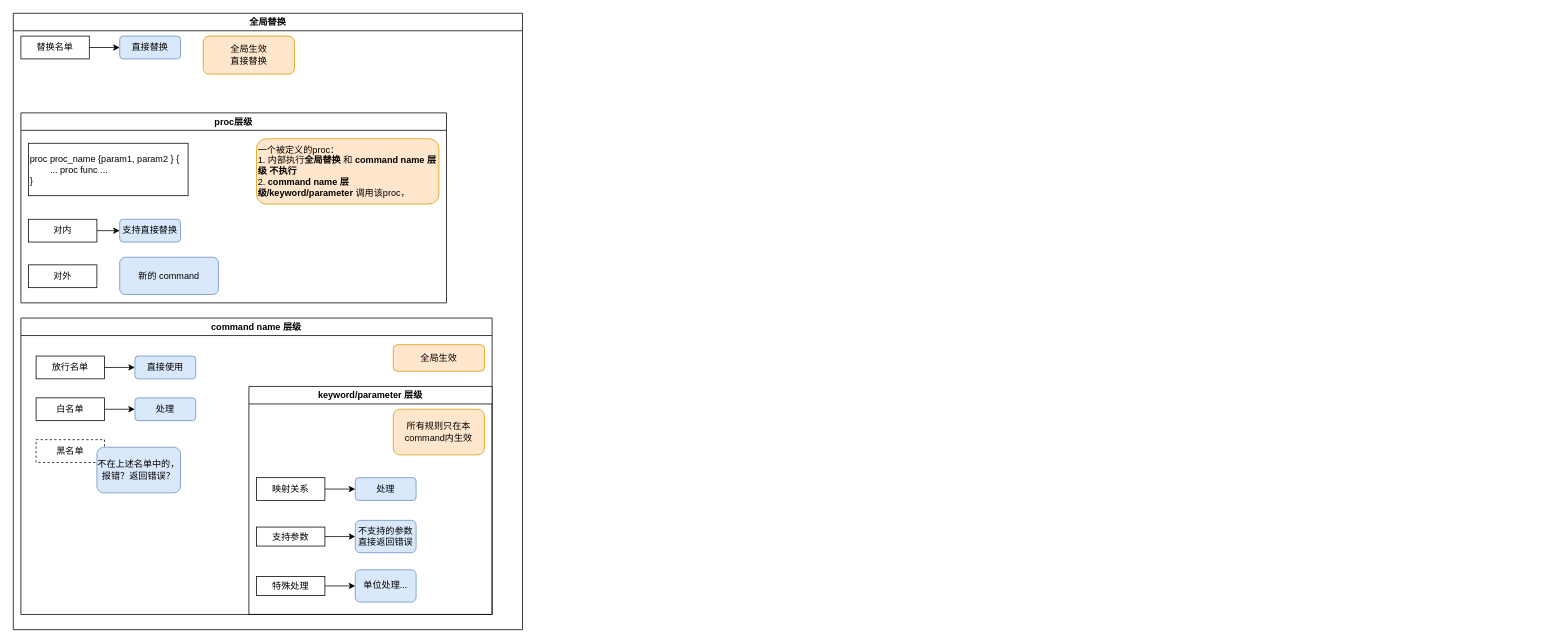
Earlier version of the draw.io diagram convert_gt_tcl.drawio (FicmillaR/drawio). Source tidied: cells renumbered, new cells numbered last; positions are measured from the earlier drawing's top-left corner, leaving out a move shared by most shapes. Both pictures are drawn from the tidied source at 76%, with x=0, y=0 at pixel (13, 13).
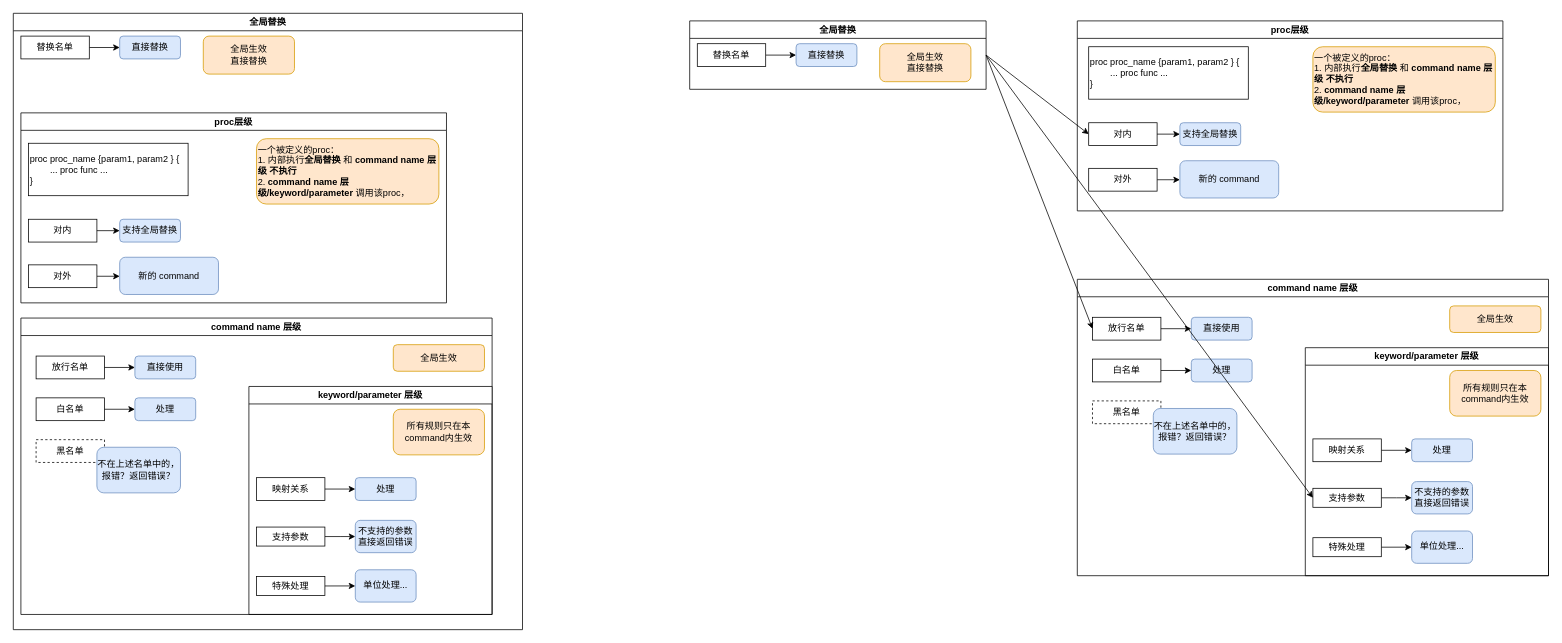
After the change.

The change refers to these unchanged cells:
```xml
<mxCell id="26" value="全局替换" style="swimlane;whiteSpace=wrap;html=1;" parent="1" vertex="1">
  <mxGeometry width="670" height="811" as="geometry" />
</mxCell>
<mxCell id="33" value="对外" style="rounded=0;whiteSpace=wrap;html=1;" parent="26" vertex="1">
  <mxGeometry x="20" y="331" width="90" height="30" as="geometry" />
</mxCell>
<mxCell id="36" value="新的 command" style="rounded=1;whiteSpace=wrap;html=1;fillColor=#dae8fc;strokeColor=#6c8ebf;" parent="26" vertex="1">
  <mxGeometry x="140" y="321" width="130" height="49" as="geometry" />
</mxCell>
```

What changed in the source:
```diff
@@
-    <mxCell id="32" value="支持直接替换" style="rounded=1;whiteSpace=wrap;html=1;fillColor=#dae8fc;strokeColor=#6c8ebf;" parent="26" vertex="1">
+    <mxCell id="32" value="支持全局替换" style="rounded=1;whiteSpace=wrap;html=1;fillColor=#dae8fc;strokeColor=#6c8ebf;" parent="26" vertex="1">
       <mxGeometry x="140" y="271" width="80" height="30" as="geometry" />
     </mxCell>
+    <mxCell id="37" style="edgeStyle=orthogonalEdgeStyle;rounded=0;jettySize=auto;html=1;exitX=1;exitY=0.5;exitDx=0;exitDy=0;entryX=0;entryY=0.5;entryDx=0;entryDy=0;" parent="26" edge="1" source="33" target="36">
+      <mxGeometry relative="1" as="geometry" />
+    </mxCell>
@@
+    <mxCell id="38" value="command name 层级" style="swimlane;whiteSpace=wrap;html=1;" parent="1" vertex="1">
+      <mxGeometry x="1400" y="350" width="620" height="390" as="geometry" />
+    </mxCell>
+    <mxCell id="39" value="放行名单" style="rounded=0;whiteSpace=wrap;html=1;" parent="38" vertex="1">
+      <mxGeometry x="20" y="50" width="90" height="30" as="geometry" />
+    </mxCell>
+    <mxCell id="40" style="edgeStyle=orthogonalEdgeStyle;rounded=0;orthogonalLoop=1;jettySize=auto;html=1;entryX=0;entryY=0.5;entryDx=0;entryDy=0;" parent="38" edge="1">
+      <mxGeometry relative="1" as="geometry">
+        <mxPoint x="180" y="160" as="targetPoint" />
+      </mxGeometry>
+    </mxCell>
+    <mxCell id="41" value="直接使用" style="rounded=1;whiteSpace=wrap;html=1;fillColor=#dae8fc;strokeColor=#6c8ebf;" parent="38" vertex="1">
+      <mxGeometry x="150" y="50" width="80" height="30" as="geometry" />
+    </mxCell>
+    <mxCell id="42" style="edgeStyle=orthogonalEdgeStyle;rounded=0;jettySize=auto;html=1;" parent="38" edge="1" source="39" target="41">
+      <mxGeometry relative="1" as="geometry" />
+    </mxCell>
+    <mxCell id="43" value="keyword/parameter 层级" style="swimlane;whiteSpace=wrap;html=1;" parent="38" vertex="1">
+      <mxGeometry x="300" y="90" width="320" height="300" as="geometry" />
+    </mxCell>
+    <mxCell id="44" style="edgeStyle=orthogonalEdgeStyle;rounded=0;jettySize=auto;html=1;exitX=1;exitY=0.5;exitDx=0;exitDy=0;" parent="43" edge="1" source="45" target="46">
+      <mxGeometry relative="1" as="geometry" />
+    </mxCell>
+    <mxCell id="45" value="映射关系" style="rounded=0;whiteSpace=wrap;html=1;" parent="43" vertex="1">
+      <mxGeometry x="10" y="120" width="90" height="30" as="geometry" />
+    </mxCell>
+    <mxCell id="46" value="处理" style="rounded=1;whiteSpace=wrap;html=1;fillColor=#dae8fc;strokeColor=#6c8ebf;" parent="43" vertex="1">
+      <mxGeometry x="140" y="120" width="80" height="30" as="geometry" />
+    </mxCell>
+    <mxCell id="47" style="edgeStyle=orthogonalEdgeStyle;rounded=0;jettySize=auto;html=1;" parent="43" edge="1" source="48">
+      <mxGeometry relative="1" as="geometry">
+        <mxPoint x="140" y="197.5" as="targetPoint" />
+      </mxGeometry>
+    </mxCell>
+    <mxCell id="48" value="支持参数" style="rounded=0;whiteSpace=wrap;html=1;" parent="43" vertex="1">
+      <mxGeometry x="10" y="185" width="90" height="25" as="geometry" />
+    </mxCell>
+    <mxCell id="49" value="不支持的参数直接返回错误" style="rounded=1;whiteSpace=wrap;html=1;fillColor=#dae8fc;strokeColor=#6c8ebf;" parent="43" vertex="1">
+      <mxGeometry x="140" y="176.2" width="80" height="42.5" as="geometry" />
+    </mxCell>
+    <mxCell id="50" style="edgeStyle=orthogonalEdgeStyle;rounded=0;jettySize=auto;html=1;exitX=1;exitY=0.5;exitDx=0;exitDy=0;entryX=0;entryY=0.5;entryDx=0;entryDy=0;" parent="43" edge="1" source="51" target="52">
+      <mxGeometry relative="1" as="geometry" />
+    </mxCell>
+    <mxCell id="51" value="特殊处理" style="rounded=0;whiteSpace=wrap;html=1;" parent="43" vertex="1">
+      <mxGeometry x="10" y="250" width="90" height="25" as="geometry" />
+    </mxCell>
+    <mxCell id="52" value="单位处理..." style="rounded=1;whiteSpace=wrap;html=1;fillColor=#dae8fc;strokeColor=#6c8ebf;" parent="43" vertex="1">
+      <mxGeometry x="140" y="241.2" width="80" height="42.5" as="geometry" />
+    </mxCell>
+    <mxCell id="53" value="所有规则只在本command内生效" style="rounded=1;whiteSpace=wrap;html=1;fillColor=#ffe6cc;strokeColor=#d79b00;" parent="43" vertex="1">
+      <mxGeometry x="190" y="30" width="120" height="60" as="geometry" />
+    </mxCell>
+    <mxCell id="54" value="白名单" style="rounded=0;whiteSpace=wrap;html=1;" parent="38" vertex="1">
+      <mxGeometry x="20" y="105" width="90" height="30" as="geometry" />
+    </mxCell>
+    <mxCell id="55" value="处理" style="rounded=1;whiteSpace=wrap;html=1;fillColor=#dae8fc;strokeColor=#6c8ebf;" parent="38" vertex="1">
+      <mxGeometry x="150" y="105" width="80" height="30" as="geometry" />
+    </mxCell>
+    <mxCell id="56" value="黑名单" style="rounded=0;whiteSpace=wrap;html=1;dashed=1;" parent="38" vertex="1">
+      <mxGeometry x="20" y="160" width="90" height="30" as="geometry" />
+    </mxCell>
+    <mxCell id="57" style="edgeStyle=orthogonalEdgeStyle;rounded=0;jettySize=auto;html=1;" parent="38" edge="1" source="54" target="55">
+      <mxGeometry relative="1" as="geometry" />
+    </mxCell>
+    <mxCell id="58" value="不在上述名单中的，报错？返回错误？" style="rounded=1;whiteSpace=wrap;html=1;fillColor=#dae8fc;strokeColor=#6c8ebf;" parent="38" vertex="1">
+      <mxGeometry x="100" y="170" width="110" height="60" as="geometry" />
+    </mxCell>
+    <mxCell id="59" value="全局生效" style="rounded=1;whiteSpace=wrap;html=1;fillColor=#ffe6cc;strokeColor=#d79b00;" parent="38" vertex="1">
+      <mxGeometry x="490" y="35" width="120" height="35" as="geometry" />
+    </mxCell>
+    <mxCell id="60" style="rounded=0;jettySize=auto;html=1;exitX=1;exitY=0.5;exitDx=0;exitDy=0;entryX=0;entryY=0.5;entryDx=0;entryDy=0;" parent="1" edge="1" source="64" target="71">
+      <mxGeometry relative="1" as="geometry" />
+    </mxCell>
+    <mxCell id="61" style="rounded=0;jettySize=auto;html=1;exitX=1;exitY=0.5;exitDx=0;exitDy=0;entryX=0;entryY=0.5;entryDx=0;entryDy=0;" parent="1" edge="1" source="64" target="39">
+      <mxGeometry relative="1" as="geometry" />
+    </mxCell>
+    <mxCell id="62" style="edgeStyle=orthogonalEdgeStyle;rounded=0;jettySize=auto;html=1;exitX=1;exitY=0.5;exitDx=0;exitDy=0;entryX=0;entryY=0.5;entryDx=0;entryDy=0;strokeColor=none;" parent="1" edge="1" source="64" target="48">
+      <mxGeometry relative="1" as="geometry" />
+    </mxCell>
+    <mxCell id="63" style="rounded=0;jettySize=auto;html=1;exitX=1;exitY=0.5;exitDx=0;exitDy=0;entryX=0;entryY=0.5;entryDx=0;entryDy=0;" parent="1" edge="1" source="64" target="48">
+      <mxGeometry relative="1" as="geometry" />
+    </mxCell>
+    <mxCell id="64" value="全局替换" style="swimlane;whiteSpace=wrap;html=1;" parent="1" vertex="1">
+      <mxGeometry x="890" y="10" width="390" height="90" as="geometry" />
+    </mxCell>
+    <mxCell id="65" style="edgeStyle=orthogonalEdgeStyle;rounded=0;jettySize=auto;html=1;entryX=0;entryY=0.5;entryDx=0;entryDy=0;" parent="64" edge="1" source="66" target="67">
+      <mxGeometry relative="1" as="geometry" />
+    </mxCell>
+    <mxCell id="66" value="替换名单" style="rounded=0;whiteSpace=wrap;html=1;" parent="64" vertex="1">
+      <mxGeometry x="10" y="30" width="90" height="30" as="geometry" />
+    </mxCell>
+    <mxCell id="67" value="直接替换" style="rounded=1;whiteSpace=wrap;html=1;fillColor=#dae8fc;strokeColor=#6c8ebf;" parent="64" vertex="1">
+      <mxGeometry x="140" y="30" width="80" height="30" as="geometry" />
+    </mxCell>
+    <mxCell id="68" value="全局生效&lt;div&gt;直接替换&lt;/div&gt;" style="rounded=1;whiteSpace=wrap;html=1;fillColor=#ffe6cc;strokeColor=#d79b00;" parent="64" vertex="1">
+      <mxGeometry x="250" y="30" width="120" height="50" as="geometry" />
+    </mxCell>
+    <mxCell id="69" value="proc层级" style="swimlane;whiteSpace=wrap;html=1;" parent="1" vertex="1">
+      <mxGeometry x="1400" y="10" width="560" height="250" as="geometry" />
+    </mxCell>
+    <mxCell id="70" value="一个被定义的proc：&lt;div&gt;1. 内部执行&lt;b&gt;全局替换 &lt;/b&gt;和&lt;b&gt;&amp;nbsp;&lt;/b&gt;&lt;span style=&quot;font-weight: 700; text-align: center;&quot;&gt;command name 层级&lt;/span&gt;&lt;b&gt;&amp;nbsp;不执行&amp;nbsp;&lt;/b&gt;&lt;/div&gt;&lt;div&gt;2.&amp;nbsp;&lt;span style=&quot;background-color: initial; font-weight: 700;&quot;&gt;command name 层级/&lt;/span&gt;&lt;span style=&quot;background-color: initial; font-weight: 700;&quot;&gt;keyword/parameter &lt;/span&gt;&lt;span style=&quot;background-color: initial;&quot;&gt;调用该proc，&lt;/span&gt;&lt;/div&gt;" style="rounded=1;whiteSpace=wrap;html=1;fillColor=#ffe6cc;strokeColor=#d79b00;align=left;" parent="69" vertex="1">
+      <mxGeometry x="310" y="34" width="240" height="86" as="geometry" />
+    </mxCell>
+    <mxCell id="71" value="对内" style="rounded=0;whiteSpace=wrap;html=1;" parent="69" vertex="1">
+      <mxGeometry x="15" y="134" width="90" height="30" as="geometry" />
+    </mxCell>
+    <mxCell id="72" value="支持全局替换" style="rounded=1;whiteSpace=wrap;html=1;fillColor=#dae8fc;strokeColor=#6c8ebf;" parent="69" vertex="1">
+      <mxGeometry x="135" y="134" width="80" height="30" as="geometry" />
+    </mxCell>
+    <mxCell id="73" style="edgeStyle=orthogonalEdgeStyle;rounded=0;jettySize=auto;html=1;exitX=1;exitY=0.5;exitDx=0;exitDy=0;entryX=0;entryY=0.5;entryDx=0;entryDy=0;" parent="69" edge="1" source="74" target="77">
+      <mxGeometry relative="1" as="geometry" />
+    </mxCell>
+    <mxCell id="74" value="对外" style="rounded=0;whiteSpace=wrap;html=1;" parent="69" vertex="1">
+      <mxGeometry x="15" y="194" width="90" height="30" as="geometry" />
+    </mxCell>
+    <mxCell id="75" style="edgeStyle=orthogonalEdgeStyle;rounded=0;jettySize=auto;html=1;exitX=1;exitY=0.5;exitDx=0;exitDy=0;entryX=0;entryY=0.5;entryDx=0;entryDy=0;" parent="69" edge="1" source="71" target="72">
+      <mxGeometry relative="1" as="geometry" />
+    </mxCell>
+    <mxCell id="76" value="proc proc_name {param1, param2 } {&lt;div&gt;&lt;span style=&quot;white-space: pre;&quot;&gt;&#9;&lt;/span&gt;... proc func ...&lt;/div&gt;&lt;div&gt;}&lt;/div&gt;" style="rounded=0;whiteSpace=wrap;html=1;align=left;" parent="69" vertex="1">
+      <mxGeometry x="15" y="34" width="210" height="69" as="geometry" />
+    </mxCell>
+    <mxCell id="77" value="新的 command" style="rounded=1;whiteSpace=wrap;html=1;fillColor=#dae8fc;strokeColor=#6c8ebf;" parent="69" vertex="1">
+      <mxGeometry x="135" y="184" width="130" height="49" as="geometry" />
+    </mxCell>
```
